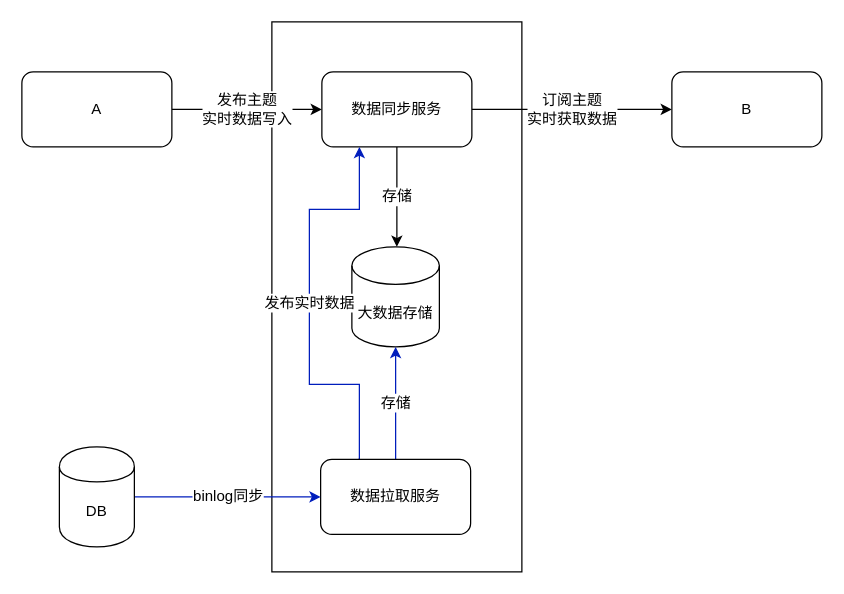
Above: tungee/Data Middle Platform/数据中台-数据同步.drawio in zhuzz0129/drawio (draw.io), before the change. Source tidied: cells renumbered, new cells numbered last; positions are measured from the earlier drawing's top-left corner, leaving out a move shared by most shapes. Both pictures are drawn from the tidied source at 125%, with x=0, y=0 at pixel (21, 21).
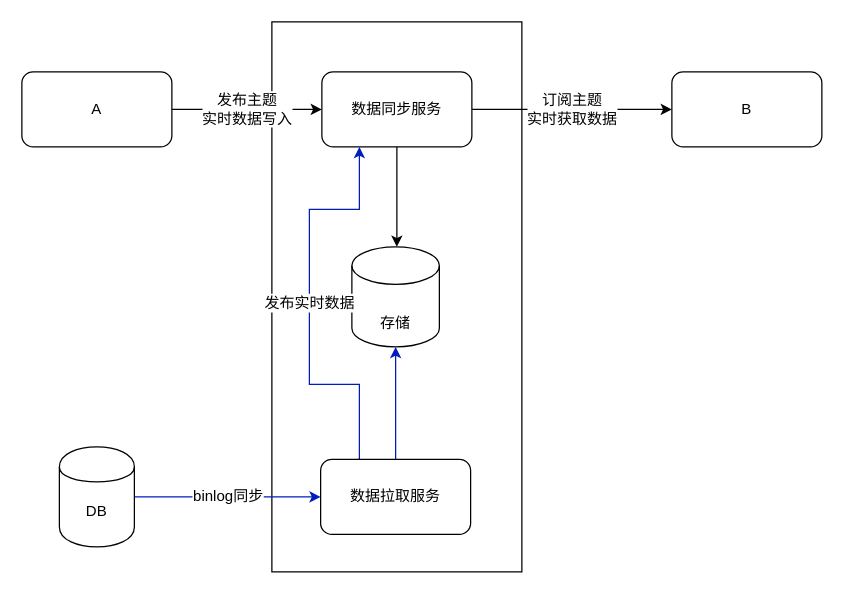
The same page after the edit.

Commit message:
更新数据中台-数据同步.drawio

What changed in the source:
```diff
@@
 <mxGraphModel>
   <root>
     <mxCell id="0" />
     <mxCell id="1" parent="0" />
     <mxCell id="2" style="rounded=0;whiteSpace=wrap;html=1;fontSize=12;" parent="1" vertex="1">
       <mxGeometry x="200" width="200" height="440" as="geometry" />
     </mxCell>
     <mxCell id="3" value="发布主题&lt;br style=&quot;font-size: 12px;&quot;&gt;实时数据写入" style="edgeStyle=orthogonalEdgeStyle;rounded=0;jettySize=auto;html=1;fontSize=12;" parent="1" edge="1" source="4" target="7">
       <mxGeometry relative="1" as="geometry" />
     </mxCell>
     <mxCell id="4" value="A" style="rounded=1;whiteSpace=wrap;html=1;fontSize=12;" parent="1" vertex="1">
       <mxGeometry y="40" width="120" height="60" as="geometry" />
     </mxCell>
     <mxCell id="5" value="订阅主题&lt;br style=&quot;font-size: 12px;&quot;&gt;实时获取数据" style="edgeStyle=orthogonalEdgeStyle;rounded=0;jettySize=auto;html=1;fontSize=12;" parent="1" edge="1" source="7" target="8">
       <mxGeometry relative="1" as="geometry" />
     </mxCell>
-    <mxCell id="6" value="存储" style="edgeStyle=orthogonalEdgeStyle;rounded=0;jettySize=auto;html=1;fontSize=12;" parent="1" edge="1" source="7">
+    <mxCell id="6" style="edgeStyle=orthogonalEdgeStyle;rounded=0;jettySize=auto;html=1;fontSize=12;" parent="1" edge="1" source="7">
       <mxGeometry relative="1" as="geometry">
         <mxPoint x="300" y="180" as="targetPoint" />
       </mxGeometry>
     </mxCell>
     <mxCell id="7" value="数据同步服务" style="whiteSpace=wrap;html=1;rounded=1;fontSize=12;" parent="1" vertex="1">
       <mxGeometry x="240" y="40" width="120" height="60" as="geometry" />
     </mxCell>
     <mxCell id="8" value="B" style="whiteSpace=wrap;html=1;rounded=1;fontSize=12;" parent="1" vertex="1">
       <mxGeometry x="520" y="40" width="120" height="60" as="geometry" />
     </mxCell>
-    <mxCell id="9" value="大数据存储" style="shape=cylinder3;whiteSpace=wrap;html=1;boundedLbl=1;backgroundOutline=1;size=15;fontSize=12;" parent="1" vertex="1">
+    <mxCell id="9" value="&lt;br&gt;存储" style="shape=cylinder3;whiteSpace=wrap;html=1;boundedLbl=1;backgroundOutline=1;size=15;fontSize=12;" parent="1" vertex="1">
       <mxGeometry x="264" y="180" width="70" height="80" as="geometry" />
     </mxCell>
-    <mxCell id="10" value="存储" style="edgeStyle=orthogonalEdgeStyle;rounded=0;jettySize=auto;html=1;exitX=0.5;exitY=0;exitDx=0;exitDy=0;entryX=0.5;entryY=1;entryDx=0;entryDy=0;entryPerimeter=0;fontSize=12;fillColor=#0050ef;strokeColor=#001DBC;" parent="1" edge="1" source="12" target="9">
+    <mxCell id="10" style="edgeStyle=orthogonalEdgeStyle;rounded=0;jettySize=auto;html=1;exitX=0.5;exitY=0;exitDx=0;exitDy=0;entryX=0.5;entryY=1;entryDx=0;entryDy=0;entryPerimeter=0;fontSize=12;fillColor=#0050ef;strokeColor=#001DBC;" parent="1" edge="1" source="12" target="9">
       <mxGeometry relative="1" as="geometry" />
     </mxCell>
     <mxCell id="11" value="发布实时数据" style="edgeStyle=orthogonalEdgeStyle;rounded=0;jettySize=auto;html=1;exitX=0.25;exitY=0;exitDx=0;exitDy=0;entryX=0.25;entryY=1;entryDx=0;entryDy=0;fontSize=12;jumpStyle=none;fillColor=#0050ef;strokeColor=#001DBC;" parent="1" edge="1" source="12" target="7">
       <mxGeometry relative="1" as="geometry">
         <Array as="points">
           <mxPoint x="270" y="350" />
           <mxPoint x="270" y="290" />
           <mxPoint x="230" y="290" />
           <mxPoint x="230" y="150" />
           <mxPoint x="270" y="150" />
         </Array>
       </mxGeometry>
     </mxCell>
     <mxCell id="12" value="数据拉取服务" style="rounded=1;whiteSpace=wrap;html=1;fontSize=12;" parent="1" vertex="1">
       <mxGeometry x="239" y="350" width="120" height="60" as="geometry" />
     </mxCell>
     <mxCell id="13" value="binlog同步" style="edgeStyle=orthogonalEdgeStyle;rounded=0;jettySize=auto;html=1;entryX=0;entryY=0.5;entryDx=0;entryDy=0;fontSize=12;exitX=1;exitY=0.5;exitDx=0;exitDy=0;fillColor=#0050ef;strokeColor=#001DBC;" parent="1" edge="1" source="14" target="12">
       <mxGeometry relative="1" as="geometry" />
     </mxCell>
     <mxCell id="14" value="DB" style="shape=cylinder;whiteSpace=wrap;html=1;boundedLbl=1;backgroundOutline=1;rounded=1;" parent="1" vertex="1">
       <mxGeometry x="30" y="340" width="60" height="80" as="geometry" />
     </mxCell>
   </root>
 </mxGraphModel>
```
